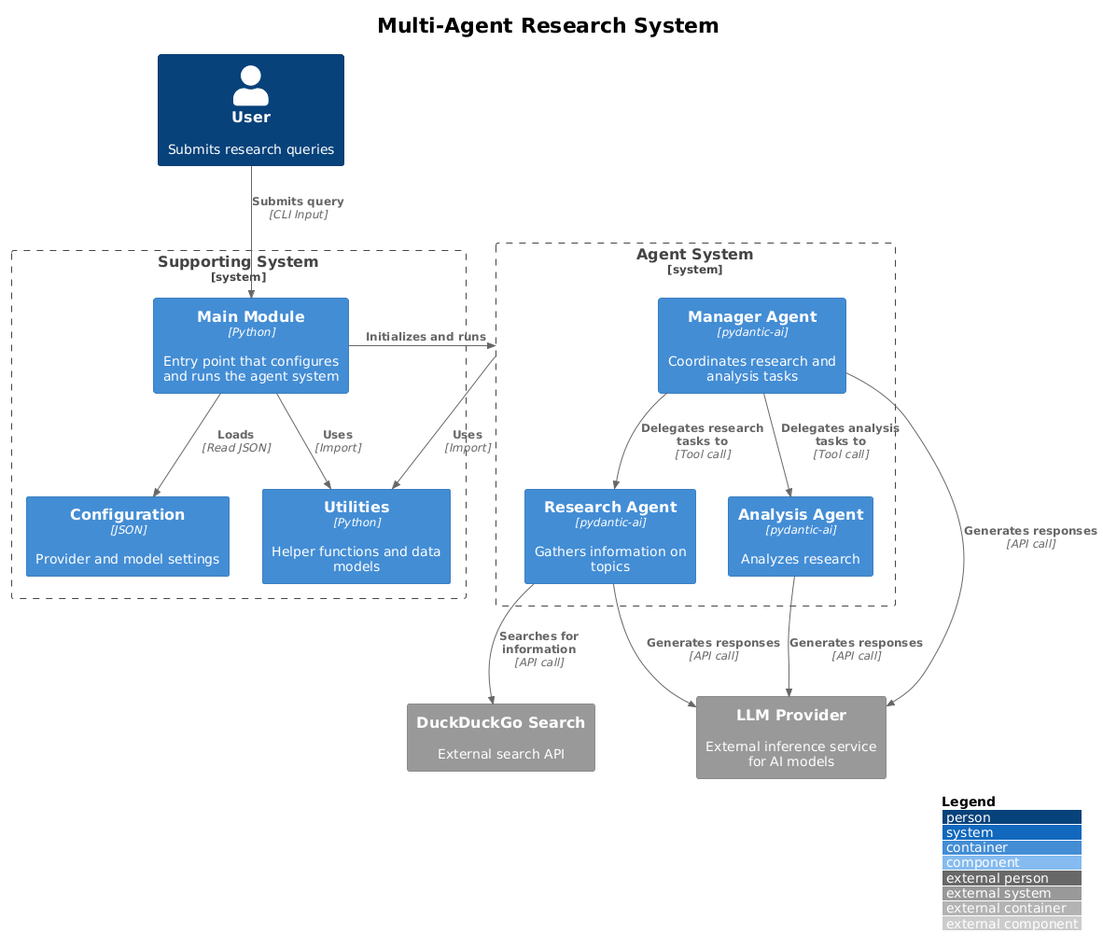
qte77/Agents-eval keeps this PlantUML diagram as assets/images/c4-multi-agent-system.png. Above is the earlier version. The source it was exported from:
```plantuml
@startuml
!theme plain

!include https://raw.githubusercontent.com/plantuml-stdlib/C4-PlantUML/master/C4_Context.puml
!include https://raw.githubusercontent.com/plantuml-stdlib/C4-PlantUML/master/C4_Container.puml
!include https://raw.githubusercontent.com/plantuml-stdlib/C4-PlantUML/master/C4_Component.puml

LAYOUT_WITH_LEGEND()

title "Multi-Agent Research System"
Person(user, "User", "Submits research queries")

System_Boundary(research_system, "Supporting System") {
    Container(main_module, "Main Module", "Python", "Entry point that configures and runs the agent system")
    Container(utils, "Utilities", "Python", "Helper functions and data models")
    Container(config, "Configuration", "JSON", "Provider and model settings")
}

System_Boundary(agent_system, "Agent System") {
    Container(manager_agent, "Manager Agent", "pydantic-ai", "Coordinates research and analysis tasks")
    Container(research_agent, "Research Agent", "pydantic-ai", "Gathers information on topics")
    Container(analysis_agent, "Analysis Agent", "pydantic-ai", "Analyzes research")
}

System_Ext(llm_provider, "LLM Provider", "External inference service for AI models")
System_Ext(search_api, "DuckDuckGo Search", "External search API")

Rel(user, main_module, "Submits query", "CLI Input")
Rel(main_module, config, "Loads", "Read JSON")
Rel(main_module, agent_system, "Initializes and runs")

Rel(manager_agent, research_agent, "Delegates research tasks to", "Tool call")
Rel(manager_agent, analysis_agent, "Delegates analysis tasks to", "Tool call")
Rel(research_agent, search_api, "Searches for information", "API call")

Rel(manager_agent, llm_provider, "Generates responses", "API call")
Rel(research_agent, llm_provider, "Generates responses", "API call")
Rel(analysis_agent, llm_provider, "Generates responses", "API call")

Rel(agent_system, utils, "Uses", "Import")
Rel(main_module, utils, "Uses", "Import")
@enduml
```
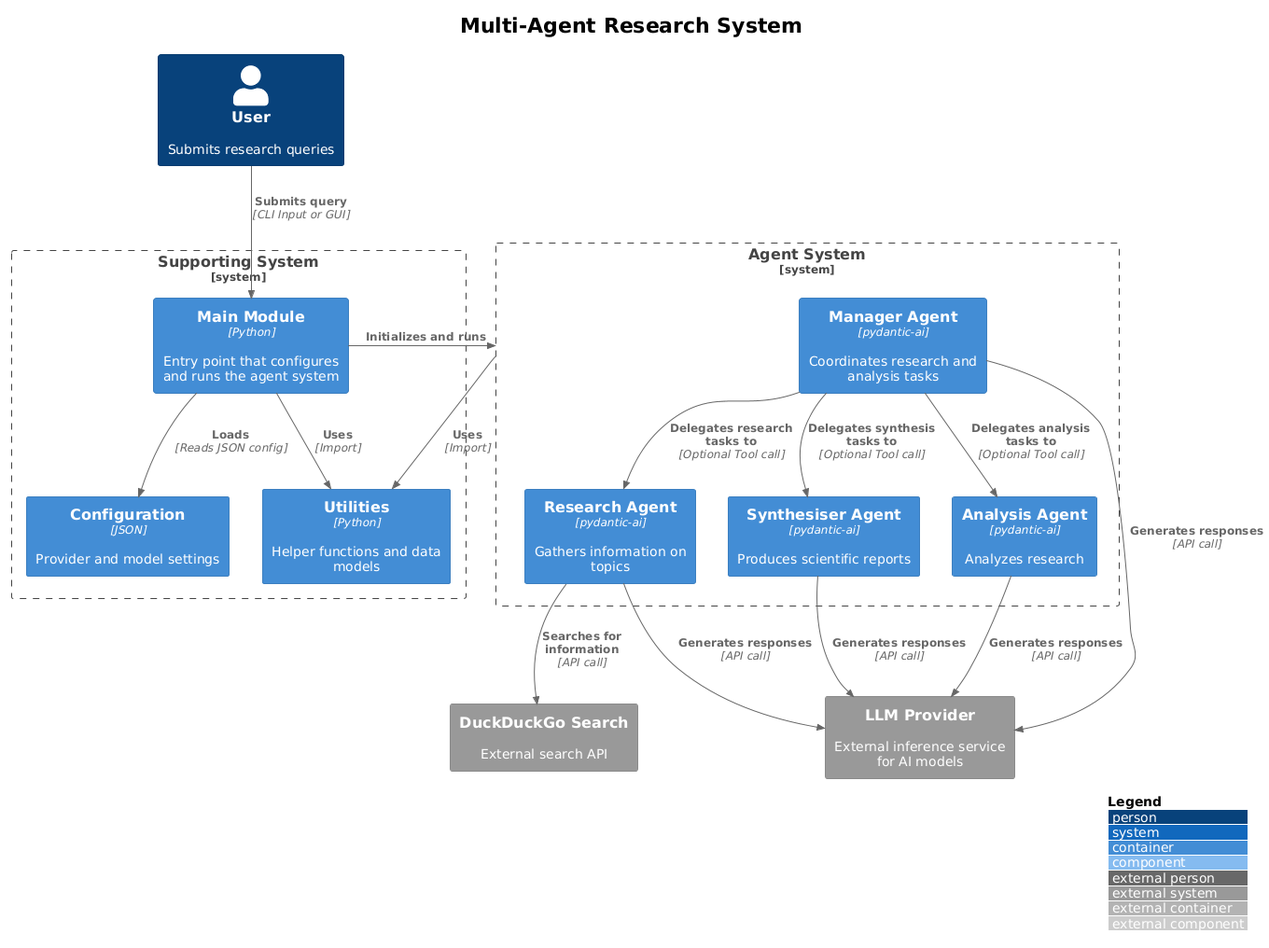
The same file after the commit.

Diff of the diagram source:
```diff
@@ -20,22 +20,26 @@
     Container(manager_agent, "Manager Agent", "pydantic-ai", "Coordinates research and analysis tasks")
     Container(research_agent, "Research Agent", "pydantic-ai", "Gathers information on topics")
     Container(analysis_agent, "Analysis Agent", "pydantic-ai", "Analyzes research")
+    Container(synthesiser_agent, "Synthesiser Agent", "pydantic-ai", "Produces scientific reports")
 }
 
 System_Ext(llm_provider, "LLM Provider", "External inference service for AI models")
 System_Ext(search_api, "DuckDuckGo Search", "External search API")
 
-Rel(user, main_module, "Submits query", "CLI Input")
-Rel(main_module, config, "Loads", "Read JSON")
+Rel(user, main_module, "Submits query", "CLI Input or GUI")
+Rel(main_module, config, "Loads", "Reads JSON config")
 Rel(main_module, agent_system, "Initializes and runs")
 
-Rel(manager_agent, research_agent, "Delegates research tasks to", "Tool call")
-Rel(manager_agent, analysis_agent, "Delegates analysis tasks to", "Tool call")
+Rel(manager_agent, research_agent, "Delegates research tasks to", "Optional Tool call")
+Rel(manager_agent, analysis_agent, "Delegates analysis tasks to", "Optional Tool call")
+Rel(manager_agent, synthesiser_agent, "Delegates synthesis tasks to", "Optional Tool call")
+
 Rel(research_agent, search_api, "Searches for information", "API call")
 
 Rel(manager_agent, llm_provider, "Generates responses", "API call")
 Rel(research_agent, llm_provider, "Generates responses", "API call")
 Rel(analysis_agent, llm_provider, "Generates responses", "API call")
+Rel(synthesiser_agent, llm_provider, "Generates responses", "API call")
 
 Rel(agent_system, utils, "Uses", "Import")
 Rel(main_module, utils, "Uses", "Import")
```
